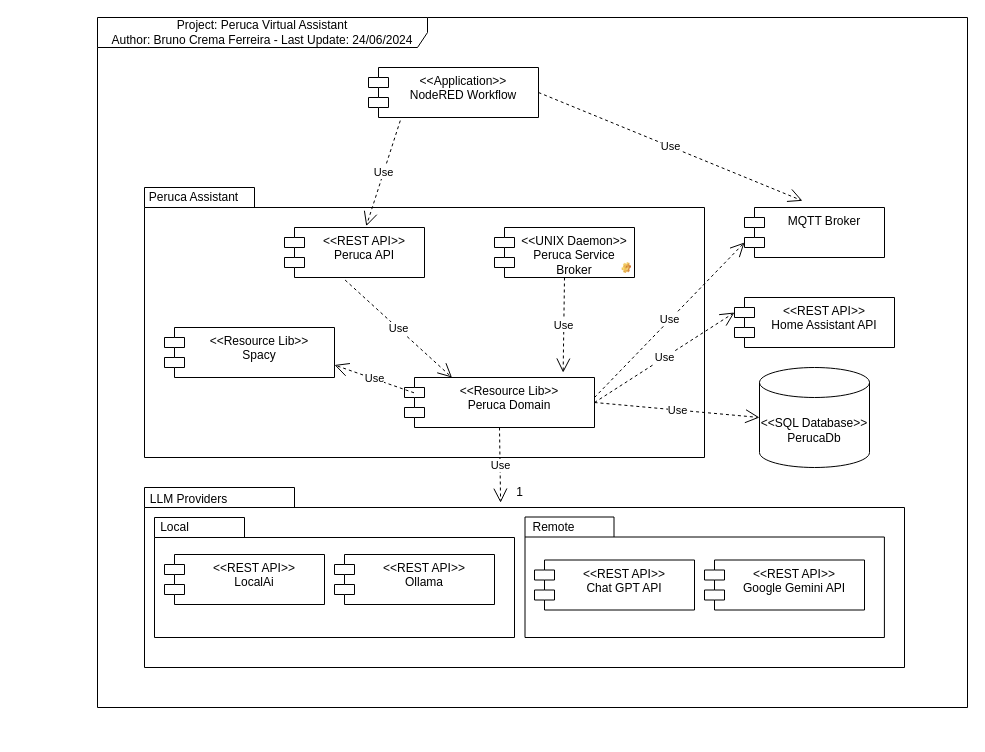
Earlier version of the draw.io diagram page "Component Diagram" (2 of 3) of docs/Peruca.drawio (BrunoCremaFerreira/peruca). Source tidied: cells renumbered, new cells numbered last; positions are measured from the earlier drawing's top-left corner, leaving out a move shared by most shapes. Both pictures are drawn from the tidied source at 100%, with x=0, y=0 at pixel (97, 17). Pictures stored in the file or linked from it are replaced by grey dashed boxes.
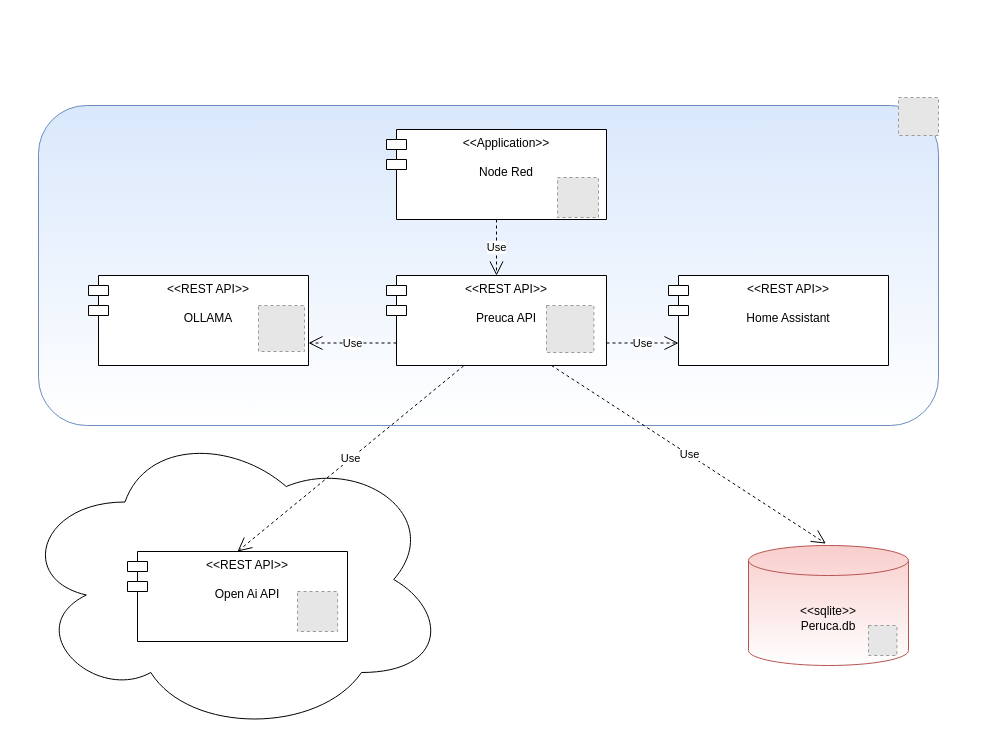
The same page after the edit.

The edit, as a diff of the source:
```diff
@@
-    <mxCell id="2" style="shape=folder;fontStyle=1;spacingTop=10;tabWidth=110;tabHeight=20;tabPosition=left;html=1;whiteSpace=wrap;" parent="1" vertex="1">
-      <mxGeometry x="47" y="170" width="560" height="270" as="geometry" />
-    </mxCell>
-    <mxCell id="3" style="shape=folder;fontStyle=1;spacingTop=10;tabWidth=150;tabHeight=20;tabPosition=left;html=1;whiteSpace=wrap;" parent="1" vertex="1">
-      <mxGeometry x="47" y="470" width="760" height="180" as="geometry" />
-    </mxCell>
-    <mxCell id="4" value="&lt;div&gt;&amp;lt;&amp;lt;REST API&amp;gt;&amp;gt;&lt;/div&gt;Peruca API" style="shape=module;align=left;spacingLeft=20;align=center;verticalAlign=top;whiteSpace=wrap;html=1;" parent="1" vertex="1">
-      <mxGeometry x="187" y="210" width="140" height="50" as="geometry" />
-    </mxCell>
-    <mxCell id="5" value="&lt;div&gt;&amp;lt;&amp;lt;UNIX Daemon&amp;gt;&amp;gt;&lt;/div&gt;Peruca Service Broker" style="shape=module;align=left;spacingLeft=20;align=center;verticalAlign=top;whiteSpace=wrap;html=1;" parent="1" vertex="1">
-      <mxGeometry x="397" y="210" width="140" height="50" as="geometry" />
-    </mxCell>
-    <mxCell id="6" value="Use" style="endArrow=open;endSize=12;dashed=1;html=1;rounded=0;exitX=0.5;exitY=1;exitDx=0;exitDy=0;entryX=-0.13;entryY=0.839;entryDx=0;entryDy=0;entryPerimeter=0;" parent="1" edge="1" source="7" target="15">
-      <mxGeometry relative="1" as="geometry" />
-    </mxCell>
-    <mxCell id="7" value="&amp;lt;&amp;lt;Resource Lib&amp;gt;&amp;gt;&lt;div&gt;Peruca Domain&lt;/div&gt;" style="shape=module;align=left;spacingLeft=20;align=center;verticalAlign=top;whiteSpace=wrap;html=1;" parent="1" vertex="1">
-      <mxGeometry x="307" y="360" width="190" height="50" as="geometry" />
-    </mxCell>
-    <mxCell id="8" value="Use" style="endArrow=open;endSize=12;dashed=1;html=1;rounded=0;entryX=0.25;entryY=0;entryDx=0;entryDy=0;exitX=0.433;exitY=1.051;exitDx=0;exitDy=0;exitPerimeter=0;" parent="1" edge="1" source="4" target="7">
-      <mxGeometry relative="1" as="geometry" />
-    </mxCell>
-    <mxCell id="9" value="Use" style="endArrow=open;endSize=12;dashed=1;html=1;rounded=0;exitX=0.5;exitY=1;exitDx=0;exitDy=0;entryX=0.835;entryY=-0.098;entryDx=0;entryDy=0;entryPerimeter=0;" parent="1" edge="1" source="5" target="7">
-      <mxGeometry relative="1" as="geometry" />
-    </mxCell>
-    <mxCell id="10" value="MQTT Broker" style="shape=module;align=left;spacingLeft=20;align=center;verticalAlign=top;whiteSpace=wrap;html=1;" parent="1" vertex="1">
-      <mxGeometry x="647" y="190" width="140" height="50" as="geometry" />
-    </mxCell>
-    <mxCell id="11" value="Use" style="endArrow=open;endSize=12;dashed=1;html=1;rounded=0;entryX=0;entryY=0;entryDx=0;entryDy=35;entryPerimeter=0;" parent="1" edge="1" target="10">
-      <mxGeometry relative="1" as="geometry">
-        <mxPoint x="497" y="380" as="sourcePoint" />
-      </mxGeometry>
-    </mxCell>
-    <mxCell id="12" value="&lt;div&gt;&amp;lt;&amp;lt;SQL Database&amp;gt;&amp;gt;&lt;/div&gt;PerucaDb" style="shape=cylinder3;whiteSpace=wrap;html=1;boundedLbl=1;backgroundOutline=1;size=15;" parent="1" vertex="1">
-      <mxGeometry x="662" y="350" width="110" height="100" as="geometry" />
-    </mxCell>
-    <mxCell id="13" value="Use" style="endArrow=open;endSize=12;dashed=1;html=1;rounded=0;exitX=1;exitY=0.5;exitDx=0;exitDy=0;entryX=0;entryY=0.5;entryDx=0;entryDy=0;entryPerimeter=0;" parent="1" edge="1" source="7" target="12">
-      <mxGeometry relative="1" as="geometry" />
-    </mxCell>
-    <mxCell id="14" value="LLM Providers" style="text;html=1;align=center;verticalAlign=middle;strokeColor=none;fillColor=none;" parent="1" vertex="1">
-      <mxGeometry x="41" y="467" width="100" height="30" as="geometry" />
-    </mxCell>
-    <mxCell id="15" value="1" style="text;html=1;align=center;verticalAlign=middle;points=[];strokeColor=none;fillColor=none;" parent="1" vertex="1">
-      <mxGeometry x="407" y="460" width="30" height="30" as="geometry" />
-    </mxCell>
-    <mxCell id="16" style="shape=image;html=1;verticalLabelPosition=bottom;verticalAlign=top;imageAspect=1;image=img/clipart/Gear_128x128.png;" parent="1" vertex="1">
-      <mxGeometry x="524.6" y="245" width="9.4" height="11" as="geometry" />
-    </mxCell>
-    <mxCell id="17" value="&lt;div&gt;&amp;lt;&amp;lt;REST API&amp;gt;&amp;gt;&lt;/div&gt;Home Assistant API" style="shape=module;align=left;spacingLeft=20;align=center;verticalAlign=top;whiteSpace=wrap;html=1;" parent="1" vertex="1">
-      <mxGeometry x="637" y="280" width="160" height="50" as="geometry" />
-    </mxCell>
-    <mxCell id="18" value="Use" style="endArrow=open;endSize=12;dashed=1;html=1;rounded=0;entryX=0;entryY=0;entryDx=0;entryDy=15;entryPerimeter=0;exitX=1;exitY=0.5;exitDx=0;exitDy=0;" parent="1" edge="1" source="7" target="17">
-      <mxGeometry relative="1" as="geometry" />
-    </mxCell>
-    <mxCell id="19" value="&amp;lt;&amp;lt;Application&amp;gt;&amp;gt;&lt;div&gt;NodeRED Workflow&lt;/div&gt;" style="shape=module;align=left;spacingLeft=20;align=center;verticalAlign=top;whiteSpace=wrap;html=1;" parent="1" vertex="1">
-      <mxGeometry x="271" y="50" width="170" height="50" as="geometry" />
-    </mxCell>
-    <mxCell id="20" value="Use" style="endArrow=open;endSize=12;dashed=1;html=1;rounded=0;exitX=0.187;exitY=1.062;exitDx=0;exitDy=0;exitPerimeter=0;entryX=0.584;entryY=-0.027;entryDx=0;entryDy=0;entryPerimeter=0;" parent="1" edge="1" source="19" target="4">
-      <mxGeometry relative="1" as="geometry" />
-    </mxCell>
-    <mxCell id="21" style="shape=folder;fontStyle=1;spacingTop=10;tabWidth=89;tabHeight=20;tabPosition=left;html=1;whiteSpace=wrap;" parent="1" vertex="1">
-      <mxGeometry x="427.5" y="499.5" width="359.4" height="120.5" as="geometry" />
-    </mxCell>
-    <mxCell id="22" value="Use" style="endArrow=open;endSize=12;dashed=1;html=1;rounded=0;exitX=1;exitY=0.5;exitDx=0;exitDy=0;entryX=0.414;entryY=-0.134;entryDx=0;entryDy=0;entryPerimeter=0;" parent="1" edge="1" source="19" target="10">
-      <mxGeometry relative="1" as="geometry" />
-    </mxCell>
-    <mxCell id="23" value="&lt;div&gt;&amp;lt;&amp;lt;REST API&amp;gt;&amp;gt;&lt;/div&gt;Chat GPT API" style="shape=module;align=left;spacingLeft=20;align=center;verticalAlign=top;whiteSpace=wrap;html=1;" parent="1" vertex="1">
-      <mxGeometry x="437" y="542.5" width="160" height="50" as="geometry" />
-    </mxCell>
-    <mxCell id="24" style="shape=folder;fontStyle=1;spacingTop=10;tabWidth=90;tabHeight=20;tabPosition=left;html=1;whiteSpace=wrap;" parent="1" vertex="1">
-      <mxGeometry x="57" y="500" width="360" height="120" as="geometry" />
-    </mxCell>
-    <mxCell id="25" value="&lt;div&gt;&amp;lt;&amp;lt;REST API&amp;gt;&amp;gt;&lt;/div&gt;&lt;div&gt;LocalAi&lt;/div&gt;" style="shape=module;align=left;spacingLeft=20;align=center;verticalAlign=top;whiteSpace=wrap;html=1;" parent="1" vertex="1">
-      <mxGeometry x="67" y="537" width="160" height="50" as="geometry" />
-    </mxCell>
-    <mxCell id="26" value="&lt;div&gt;&amp;lt;&amp;lt;REST API&amp;gt;&amp;gt;&lt;/div&gt;&lt;div&gt;Ollama&lt;/div&gt;" style="shape=module;align=left;spacingLeft=20;align=center;verticalAlign=top;whiteSpace=wrap;html=1;" parent="1" vertex="1">
-      <mxGeometry x="237" y="537" width="160" height="50" as="geometry" />
-    </mxCell>
-    <mxCell id="27" value="&lt;div&gt;&amp;lt;&amp;lt;REST API&amp;gt;&amp;gt;&lt;/div&gt;Google Gemini API" style="shape=module;align=left;spacingLeft=20;align=center;verticalAlign=top;whiteSpace=wrap;html=1;" parent="1" vertex="1">
-      <mxGeometry x="607" y="542.5" width="160" height="50" as="geometry" />
-    </mxCell>
-    <mxCell id="28" value="Local" style="text;html=1;align=center;verticalAlign=middle;strokeColor=none;fillColor=none;" parent="1" vertex="1">
-      <mxGeometry x="52" y="495" width="50" height="30" as="geometry" />
-    </mxCell>
-    <mxCell id="29" value="Remote" style="text;html=1;align=center;verticalAlign=middle;strokeColor=none;fillColor=none;" parent="1" vertex="1">
-      <mxGeometry x="421" y="494.5" width="70" height="30" as="geometry" />
-    </mxCell>
-    <mxCell id="30" value="&amp;lt;&amp;lt;Resource Lib&amp;gt;&amp;gt;&lt;div&gt;Spacy&lt;/div&gt;" style="shape=module;align=left;spacingLeft=20;align=center;verticalAlign=top;whiteSpace=wrap;html=1;" parent="1" vertex="1">
-      <mxGeometry x="67" y="310" width="170" height="50" as="geometry" />
-    </mxCell>
-    <mxCell id="31" value="Use" style="endArrow=open;endSize=12;dashed=1;html=1;rounded=0;entryX=1;entryY=0.75;entryDx=0;entryDy=0;exitX=0.05;exitY=0.306;exitDx=0;exitDy=0;exitPerimeter=0;" parent="1" edge="1" source="7" target="30">
-      <mxGeometry relative="1" as="geometry" />
-    </mxCell>
-    <mxCell id="32" value="Peruca Assistant" style="text;html=1;align=center;verticalAlign=middle;strokeColor=none;fillColor=none;" parent="1" vertex="1">
-      <mxGeometry x="41" y="165" width="110" height="30" as="geometry" />
-    </mxCell>
-    <mxCell id="33" value="Project: Peruca Virtual Assistant&lt;div&gt;Author: Bruno Crema Ferreira - Last Update: 24/06/2024&lt;/div&gt;" style="shape=umlFrame;whiteSpace=wrap;html=1;width=330;height=30;" parent="1" vertex="1">
-      <mxGeometry width="870" height="690" as="geometry" />
-    </mxCell>
+    <mxCell id="34" style="rounded=1;whiteSpace=wrap;html=1;fillColor=#dae8fc;strokeColor=#6c8ebf;gradientColor=#FFFFFF;" parent="1" vertex="1">
+      <mxGeometry x="-59" y="88" width="900" height="320" as="geometry" />
+    </mxCell>
+    <mxCell id="35" value="&amp;lt;&amp;lt;REST API&amp;gt;&amp;gt;&lt;div&gt;&lt;br&gt;&lt;/div&gt;&lt;div&gt;OLLAMA&lt;/div&gt;" style="shape=module;align=left;spacingLeft=20;align=center;verticalAlign=top;whiteSpace=wrap;html=1;" parent="1" vertex="1">
+      <mxGeometry x="-9" y="258" width="220" height="90" as="geometry" />
+    </mxCell>
+    <mxCell id="36" style="fillColor=#E6E6E6;strokeColor=#999999;dashed=1;verticalLabelPosition=bottom;labelBackgroundColor=default;verticalAlign=top;" parent="1" vertex="1">
+      <mxGeometry x="161" y="288" width="46" height="46" as="geometry" />
+    </mxCell>
+    <mxCell id="37" value="&amp;lt;&amp;lt;REST API&amp;gt;&amp;gt;&lt;div&gt;&lt;br&gt;&lt;/div&gt;&lt;div&gt;Preuca API&lt;/div&gt;" style="shape=module;align=left;spacingLeft=20;align=center;verticalAlign=top;whiteSpace=wrap;html=1;" parent="1" vertex="1">
+      <mxGeometry x="289" y="258" width="220" height="90" as="geometry" />
+    </mxCell>
+    <mxCell id="38" style="fillColor=#E6E6E6;strokeColor=#999999;dashed=1;verticalLabelPosition=bottom;labelBackgroundColor=default;verticalAlign=top;" parent="1" vertex="1">
+      <mxGeometry x="449" y="288" width="47.4" height="47" as="geometry" />
+    </mxCell>
+    <mxCell id="39" value="&amp;lt;&amp;lt;sqlite&amp;gt;&amp;gt;&lt;div&gt;Peruca.db&lt;/div&gt;" style="shape=cylinder3;whiteSpace=wrap;html=1;boundedLbl=1;backgroundOutline=1;size=15;fillColor=#f8cecc;strokeColor=#b85450;gradientColor=#FFFFFF;" parent="1" vertex="1">
+      <mxGeometry x="651" y="528" width="160" height="120" as="geometry" />
+    </mxCell>
+    <mxCell id="40" style="fillColor=#E6E6E6;strokeColor=#999999;dashed=1;html=1;verticalLabelPosition=bottom;labelBackgroundColor=#ffffff;verticalAlign=top;fontColor=default;" parent="1" vertex="1">
+      <mxGeometry x="801" y="80" width="40" height="38" as="geometry" />
+    </mxCell>
+    <mxCell id="41" style="fillColor=#E6E6E6;strokeColor=#999999;dashed=1;verticalLabelPosition=bottom;labelBackgroundColor=default;verticalAlign=top;" parent="1" vertex="1">
+      <mxGeometry x="771" y="608" width="28.4" height="30" as="geometry" />
+    </mxCell>
+    <mxCell id="42" value="&amp;lt;&amp;lt;REST API&amp;gt;&amp;gt;&lt;div&gt;&lt;br&gt;&lt;/div&gt;&lt;div&gt;Home Assistant&lt;/div&gt;" style="shape=module;align=left;spacingLeft=20;align=center;verticalAlign=top;whiteSpace=wrap;html=1;" parent="1" vertex="1">
+      <mxGeometry x="571" y="258" width="220" height="90" as="geometry" />
+    </mxCell>
+    <mxCell id="43" style="ellipse;shape=cloud;whiteSpace=wrap;html=1;" parent="1" vertex="1">
+      <mxGeometry x="-80" y="407" width="430" height="310" as="geometry" />
+    </mxCell>
+    <mxCell id="44" value="&amp;lt;&amp;lt;REST API&amp;gt;&amp;gt;&lt;div&gt;&lt;br&gt;&lt;/div&gt;&lt;div&gt;Open Ai API&lt;/div&gt;" style="shape=module;align=left;spacingLeft=20;align=center;verticalAlign=top;whiteSpace=wrap;html=1;" parent="1" vertex="1">
+      <mxGeometry x="30" y="534" width="220" height="90" as="geometry" />
+    </mxCell>
+    <mxCell id="45" style="fillColor=#E6E6E6;strokeColor=#999999;dashed=1;verticalLabelPosition=bottom;labelBackgroundColor=default;verticalAlign=top;" parent="1" vertex="1">
+      <mxGeometry x="200" y="574" width="40.2" height="40" as="geometry" />
+    </mxCell>
+    <mxCell id="46" value="Use" style="endArrow=open;endSize=12;dashed=1;html=1;rounded=0;exitX=0.75;exitY=1;exitDx=0;exitDy=0;entryX=0.484;entryY=-0.016;entryDx=0;entryDy=0;entryPerimeter=0;" parent="1" edge="1" source="37" target="39">
+      <mxGeometry relative="1" as="geometry" />
+    </mxCell>
+    <mxCell id="47" value="Use" style="endArrow=open;endSize=12;dashed=1;html=1;rounded=0;exitX=1;exitY=0.75;exitDx=0;exitDy=0;entryX=0;entryY=0.75;entryDx=10;entryDy=0;entryPerimeter=0;" parent="1" edge="1" source="37" target="42">
+      <mxGeometry relative="1" as="geometry" />
+    </mxCell>
+    <mxCell id="48" value="Use" style="endArrow=open;endSize=12;dashed=1;html=1;rounded=0;exitX=0;exitY=0.75;exitDx=10;exitDy=0;entryX=1;entryY=0.75;entryDx=0;entryDy=0;exitPerimeter=0;" parent="1" edge="1" source="37" target="35">
+      <mxGeometry relative="1" as="geometry" />
+    </mxCell>
+    <mxCell id="49" value="Use" style="endArrow=open;endSize=12;dashed=1;html=1;rounded=0;exitX=0.351;exitY=1.003;exitDx=0;exitDy=0;entryX=0.5;entryY=0;entryDx=0;entryDy=0;exitPerimeter=0;" parent="1" edge="1" source="37" target="44">
+      <mxGeometry relative="1" as="geometry" />
+    </mxCell>
+    <mxCell id="50" value="&amp;lt;&amp;lt;Application&amp;gt;&amp;gt;&lt;div&gt;&lt;br&gt;&lt;/div&gt;&lt;div&gt;Node Red&lt;/div&gt;" style="shape=module;align=left;spacingLeft=20;align=center;verticalAlign=top;whiteSpace=wrap;html=1;" parent="1" vertex="1">
+      <mxGeometry x="289" y="112" width="220" height="90" as="geometry" />
+    </mxCell>
+    <mxCell id="51" value="Use" style="endArrow=open;endSize=12;dashed=1;html=1;rounded=0;exitX=0.5;exitY=1;exitDx=0;exitDy=0;" parent="1" edge="1" source="50" target="37">
+      <mxGeometry relative="1" as="geometry" />
+    </mxCell>
+    <mxCell id="52" style="fillColor=#E6E6E6;strokeColor=#999999;dashed=1;verticalLabelPosition=bottom;labelBackgroundColor=default;verticalAlign=top;" parent="1" vertex="1">
+      <mxGeometry x="460" y="160" width="41" height="40" as="geometry" />
+    </mxCell>
```
